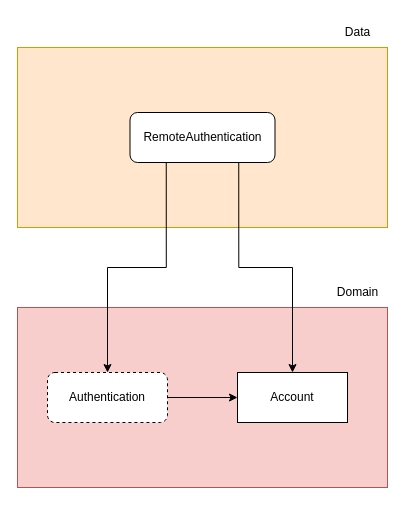
RogerDanielSS/flutter_clean_arch keeps this draw.io diagram as requirements/login/remote_authentication_use_case.drawio. Above is the earlier version. Source tidied: cells renumbered, new cells numbered last; positions are measured from the earlier drawing's top-left corner, leaving out a move shared by most shapes. Both pictures are drawn from the tidied source at 100%, with x=0, y=0 at pixel (17, 17).
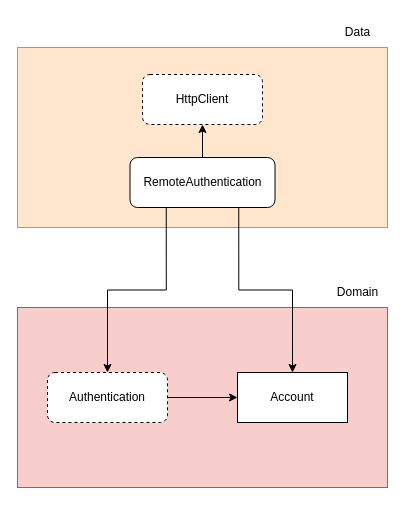
The same page after the edit.

Commit message (it also covers changes not shown here):
test remote auth with correct url and method

Diff of the diagram source:
```diff
@@
 <mxGraphModel>
   <root>
     <mxCell id="0" />
     <mxCell id="1" parent="0" />
     <mxCell id="2" style="rounded=0;whiteSpace=wrap;html=1;fillColor=#f8cecc;strokeColor=#b85450;" parent="1" vertex="1">
       <mxGeometry y="290" width="370" height="180" as="geometry" />
     </mxCell>
     <mxCell id="3" value="Account" style="rounded=0;whiteSpace=wrap;html=1;" parent="1" vertex="1">
       <mxGeometry x="220" y="355" width="110" height="50" as="geometry" />
     </mxCell>
     <mxCell id="4" style="edgeStyle=orthogonalEdgeStyle;rounded=0;jettySize=auto;html=1;entryX=0;entryY=0.5;entryDx=0;entryDy=0;" parent="1" edge="1" source="5" target="3">
       <mxGeometry relative="1" as="geometry" />
     </mxCell>
     <mxCell id="5" value="Authentication" style="rounded=1;whiteSpace=wrap;html=1;dashed=1;" parent="1" vertex="1">
       <mxGeometry x="30" y="355" width="120" height="50" as="geometry" />
     </mxCell>
     <mxCell id="6" style="rounded=0;whiteSpace=wrap;html=1;fillColor=#ffe6cc;strokeColor=#d79b00;" parent="1" vertex="1">
       <mxGeometry y="30" width="370" height="180" as="geometry" />
     </mxCell>
     <mxCell id="7" style="edgeStyle=orthogonalEdgeStyle;rounded=0;jettySize=auto;html=1;exitX=0.25;exitY=1;exitDx=0;exitDy=0;" parent="1" edge="1" source="9" target="5">
       <mxGeometry relative="1" as="geometry" />
     </mxCell>
     <mxCell id="8" style="edgeStyle=orthogonalEdgeStyle;rounded=0;jettySize=auto;html=1;exitX=0.75;exitY=1;exitDx=0;exitDy=0;" parent="1" edge="1" source="9" target="3">
       <mxGeometry relative="1" as="geometry" />
     </mxCell>
+    <mxCell id="12" style="edgeStyle=orthogonalEdgeStyle;rounded=0;jettySize=auto;html=1;entryX=0.5;entryY=1;entryDx=0;entryDy=0;" parent="1" edge="1" source="9" target="13">
+      <mxGeometry relative="1" as="geometry" />
+    </mxCell>
     <mxCell id="9" value="RemoteAuthentication" style="rounded=1;whiteSpace=wrap;html=1;" parent="1" vertex="1">
-      <mxGeometry x="112.5" y="95" width="145" height="50" as="geometry" />
+      <mxGeometry x="112.5" y="140" width="145" height="50" as="geometry" />
     </mxCell>
     <mxCell id="10" value="Domain" style="text;html=1;align=center;verticalAlign=middle;strokeColor=none;fillColor=none;" parent="1" vertex="1">
       <mxGeometry x="310" y="260" width="60" height="30" as="geometry" />
     </mxCell>
     <mxCell id="11" value="Data" style="text;html=1;align=center;verticalAlign=middle;strokeColor=none;fillColor=none;" parent="1" vertex="1">
       <mxGeometry x="315" width="50" height="30" as="geometry" />
     </mxCell>
+    <mxCell id="13" value="HttpClient" style="rounded=1;whiteSpace=wrap;html=1;dashed=1;" parent="1" vertex="1">
+      <mxGeometry x="125" y="57" width="120" height="50" as="geometry" />
+    </mxCell>
   </root>
 </mxGraphModel>
```
